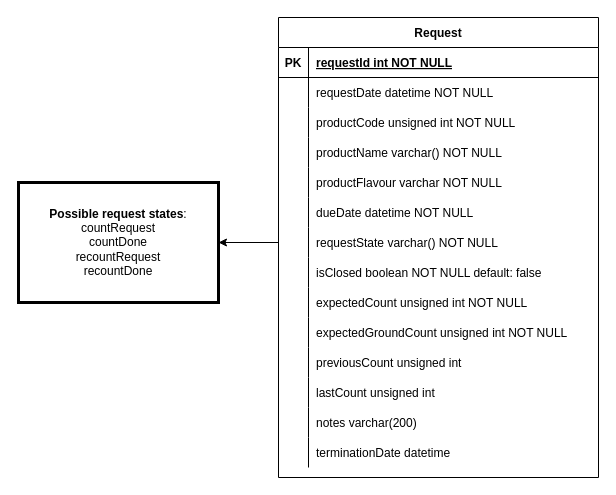
Above: doc/ER diagram.drawio in francescobilotta/Warehouse-request-product-counting (draw.io), before the change. Source tidied: cells renumbered, new cells numbered last; positions are measured from the earlier drawing's top-left corner, leaving out a move shared by most shapes. Both pictures are drawn from the tidied source at 100%, with x=0, y=0 at pixel (18, 17).
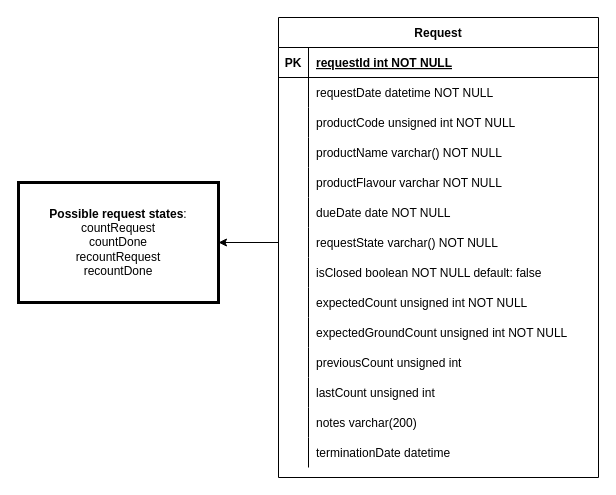
The same page after the edit.

Commit message (it also covers changes not shown here):
Modified mysql schema (dates from DATETIME to DATE) Modified doc Fixed bug when asking for recount Fixed UI showing right date format

Unchanged cells that the change refers to:
```xml
<mxCell id="18" style="shape=partialRectangle;fillColor=none;top=0;left=0;right=0;bottom=0;" parent="2" vertex="1">
  <mxGeometry y="180" width="320" height="30" as="geometry" />
</mxCell>
```

What changed in the source:
```diff
@@
-    <mxCell id="20" value="dueDate datetime NOT NULL" style="shape=partialRectangle;overflow=hidden;fillColor=none;top=0;left=0;bottom=0;right=0;align=left;spacingLeft=6;" parent="18" vertex="1">
+    <mxCell id="20" value="dueDate date NOT NULL" style="shape=partialRectangle;overflow=hidden;fillColor=none;top=0;left=0;bottom=0;right=0;align=left;spacingLeft=6;" parent="18" vertex="1">
       <mxGeometry x="30" width="290" height="30" as="geometry" />
     </mxCell>
```
